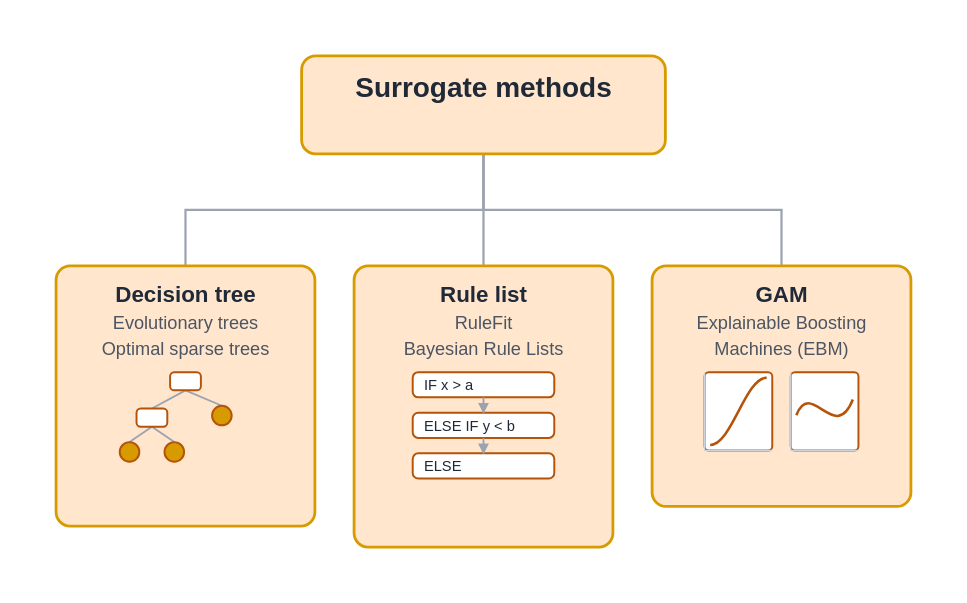
Above: posts/explaining-black-box-predictions/diagrams/taxonomy_surrogates.drawio.svg in DMLF1/blog (draw.io), before the change. Source tidied: cells renumbered, new cells last; positions are measured from the earlier drawing's top-left corner, leaving out a move shared by most shapes.
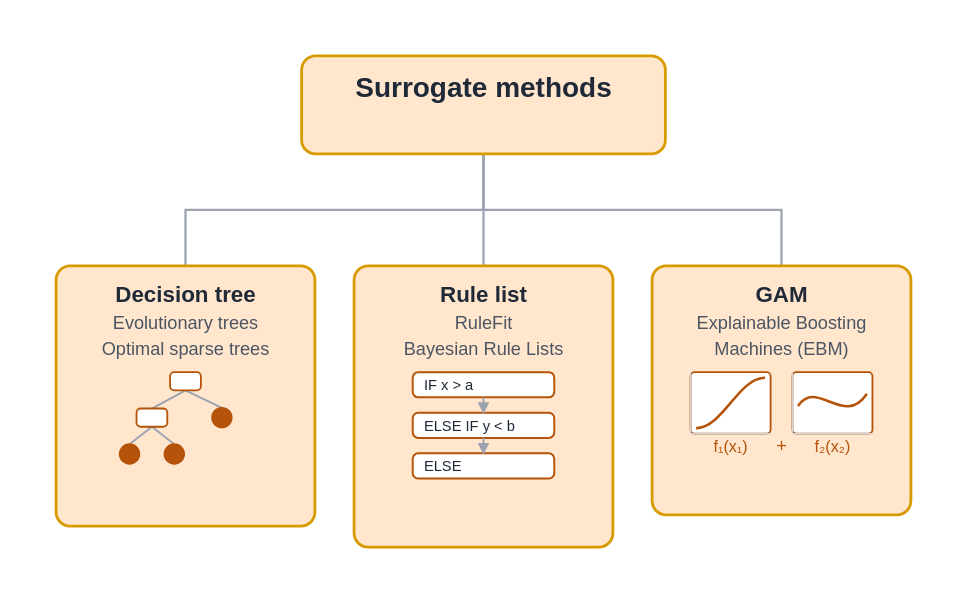
Above is the later version.

The edit, as a diff of the source:
```diff
@@ -8,33 +8,45 @@
     <mxCell id="3" value="&lt;span style=&quot;font-size:16px;color:#1F2937;font-weight:bold;&quot;&gt;Decision tree&lt;/span&gt;&lt;br&gt;&lt;span style=&quot;font-size:13px;color:#4B5563;&quot;&gt;Evolutionary trees&lt;/span&gt;&lt;br&gt;&lt;span style=&quot;font-size:13px;color:#4B5563;&quot;&gt;Optimal sparse trees&lt;/span&gt;" style="rounded=1;whiteSpace=wrap;html=1;fillColor=#FFE6CC;strokeColor=#D79B00;strokeWidth=2;" parent="1" vertex="1">
       <mxGeometry y="150" width="185" height="186" as="geometry" />
     </mxCell>
+    <mxCell id="9" style="edgeStyle=none;html=1;strokeColor=#9CA3AF;strokeWidth=1.4;endArrow=none;" parent="1" edge="1">
+      <mxGeometry relative="1" as="geometry">
+        <mxPoint x="92" y="239" as="sourcePoint" />
+        <mxPoint x="68" y="252" as="targetPoint" />
+      </mxGeometry>
+    </mxCell>
+    <mxCell id="10" style="edgeStyle=none;html=1;strokeColor=#9CA3AF;strokeWidth=1.4;endArrow=none;" parent="1" edge="1">
+      <mxGeometry relative="1" as="geometry">
+        <mxPoint x="92" y="239" as="sourcePoint" />
+        <mxPoint x="118" y="252" as="targetPoint" />
+      </mxGeometry>
+    </mxCell>
+    <mxCell id="11" style="edgeStyle=none;html=1;strokeColor=#9CA3AF;strokeWidth=1.4;endArrow=none;" parent="1" edge="1">
+      <mxGeometry relative="1" as="geometry">
+        <mxPoint x="68" y="265" as="sourcePoint" />
+        <mxPoint x="52" y="278" as="targetPoint" />
+      </mxGeometry>
+    </mxCell>
+    <mxCell id="12" style="edgeStyle=none;html=1;strokeColor=#9CA3AF;strokeWidth=1.4;endArrow=none;" parent="1" edge="1">
+      <mxGeometry relative="1" as="geometry">
+        <mxPoint x="68" y="265" as="sourcePoint" />
+        <mxPoint x="84" y="278" as="targetPoint" />
+      </mxGeometry>
+    </mxCell>
     <mxCell id="4" style="rounded=1;whiteSpace=wrap;html=1;fillColor=#FFFFFF;strokeColor=#B45309;" parent="1" vertex="1">
       <mxGeometry x="82" y="226" width="22" height="13" as="geometry" />
     </mxCell>
     <mxCell id="5" style="rounded=1;whiteSpace=wrap;html=1;fillColor=#FFFFFF;strokeColor=#B45309;" parent="1" vertex="1">
       <mxGeometry x="58" y="252" width="22" height="13" as="geometry" />
     </mxCell>
-    <mxCell id="6" style="ellipse;whiteSpace=wrap;html=1;fillColor=#D79B00;strokeColor=#B45309;" parent="1" vertex="1">
-      <mxGeometry x="112" y="250" width="14" height="14" as="geometry" />
+    <mxCell id="6" style="ellipse;whiteSpace=wrap;html=1;fillColor=#B45309;strokeColor=#B45309;" parent="1" vertex="1">
+      <mxGeometry x="112" y="252" width="14" height="14" as="geometry" />
     </mxCell>
-    <mxCell id="7" style="ellipse;whiteSpace=wrap;html=1;fillColor=#D79B00;strokeColor=#B45309;" parent="1" vertex="1">
-      <mxGeometry x="46" y="276" width="14" height="14" as="geometry" />
+    <mxCell id="7" style="ellipse;whiteSpace=wrap;html=1;fillColor=#B45309;strokeColor=#B45309;" parent="1" vertex="1">
+      <mxGeometry x="46" y="278" width="14" height="14" as="geometry" />
     </mxCell>
-    <mxCell id="8" style="ellipse;whiteSpace=wrap;html=1;fillColor=#D79B00;strokeColor=#B45309;" parent="1" vertex="1">
-      <mxGeometry x="78" y="276" width="14" height="14" as="geometry" />
+    <mxCell id="8" style="ellipse;whiteSpace=wrap;html=1;fillColor=#B45309;strokeColor=#B45309;" parent="1" vertex="1">
+      <mxGeometry x="78" y="278" width="14" height="14" as="geometry" />
     </mxCell>
-    <mxCell id="9" style="edgeStyle=none;html=1;endArrow=none;strokeColor=#9CA3AF;" parent="1" edge="1" source="4" target="5">
-      <mxGeometry relative="1" as="geometry" />
-    </mxCell>
-    <mxCell id="10" style="edgeStyle=none;html=1;endArrow=none;strokeColor=#9CA3AF;" parent="1" edge="1" source="4" target="6">
-      <mxGeometry relative="1" as="geometry" />
-    </mxCell>
-    <mxCell id="11" style="edgeStyle=none;html=1;endArrow=none;strokeColor=#9CA3AF;" parent="1" edge="1" source="5" target="7">
-      <mxGeometry relative="1" as="geometry" />
-    </mxCell>
-    <mxCell id="12" style="edgeStyle=none;html=1;endArrow=none;strokeColor=#9CA3AF;" parent="1" edge="1" source="5" target="8">
-      <mxGeometry relative="1" as="geometry" />
-    </mxCell>
     <mxCell id="13" value="&lt;span style=&quot;font-size:16px;color:#1F2937;font-weight:bold;&quot;&gt;Rule list&lt;/span&gt;&lt;br&gt;&lt;span style=&quot;font-size:13px;color:#4B5563;&quot;&gt;RuleFit&lt;/span&gt;&lt;br&gt;&lt;span style=&quot;font-size:13px;color:#4B5563;&quot;&gt;Bayesian Rule Lists&lt;/span&gt;" style="rounded=1;whiteSpace=wrap;html=1;fillColor=#FFE6CC;strokeColor=#D79B00;strokeWidth=2;" parent="1" vertex="1">
       <mxGeometry x="213" y="150" width="185" height="201" as="geometry" />
     </mxCell>
@@ -44,44 +56,59 @@
     <mxCell id="15" value="ELSE IF  y &lt; b" style="rounded=1;whiteSpace=wrap;html=1;align=left;spacingLeft=6;fontSize=11;fillColor=#FFFFFF;strokeColor=#B45309;" parent="1" vertex="1">
       <mxGeometry x="255" y="255" width="101" height="18" as="geometry" />
     </mxCell>
-    <mxCell id="16" style="edgeStyle=none;html=1;endArrow=block;endSize=5;strokeColor=#9CA3AF;" parent="1" edge="1" source="14" target="15">
-      <mxGeometry relative="1" as="geometry" />
+    <mxCell id="16" style="edgeStyle=none;html=1;strokeColor=#9CA3AF;strokeWidth=1.4;endArrow=block;endSize=5;" parent="1" edge="1">
+      <mxGeometry relative="1" as="geometry">
+        <mxPoint x="306" y="244" as="sourcePoint" />
+        <mxPoint x="306" y="255" as="targetPoint" />
+      </mxGeometry>
     </mxCell>
     <mxCell id="17" value="ELSE" style="rounded=1;whiteSpace=wrap;html=1;align=left;spacingLeft=6;fontSize=11;fillColor=#FFFFFF;strokeColor=#B45309;" parent="1" vertex="1">
       <mxGeometry x="255" y="284" width="101" height="18" as="geometry" />
     </mxCell>
-    <mxCell id="18" style="edgeStyle=none;html=1;endArrow=block;endSize=5;strokeColor=#9CA3AF;" parent="1" edge="1" source="15" target="17">
-      <mxGeometry relative="1" as="geometry" />
+    <mxCell id="18" style="edgeStyle=none;html=1;strokeColor=#9CA3AF;strokeWidth=1.4;endArrow=block;endSize=5;" parent="1" edge="1">
+      <mxGeometry relative="1" as="geometry">
+        <mxPoint x="306" y="273" as="sourcePoint" />
+        <mxPoint x="306" y="284" as="targetPoint" />
+      </mxGeometry>
     </mxCell>
     <mxCell id="19" value="&lt;span style=&quot;font-size:16px;color:#1F2937;font-weight:bold;&quot;&gt;GAM&lt;/span&gt;&lt;br&gt;&lt;span style=&quot;font-size:13px;color:#4B5563;&quot;&gt;Explainable Boosting&lt;/span&gt;&lt;br&gt;&lt;span style=&quot;font-size:13px;color:#4B5563;&quot;&gt;Machines (EBM)&lt;/span&gt;" style="rounded=1;whiteSpace=wrap;html=1;fillColor=#FFE6CC;strokeColor=#D79B00;strokeWidth=2;" parent="1" vertex="1">
-      <mxGeometry x="426" y="150" width="185" height="172" as="geometry" />
+      <mxGeometry x="426" y="150" width="185" height="178" as="geometry" />
     </mxCell>
     <mxCell id="20" style="rounded=1;whiteSpace=wrap;html=1;fillColor=#FFFFFF;strokeColor=#B45309;" parent="1" vertex="1">
-      <mxGeometry x="464" y="226" width="48" height="56" as="geometry" />
+      <mxGeometry x="454" y="226" width="57" height="44" as="geometry" />
     </mxCell>
     <mxCell id="21" style="rounded=1;whiteSpace=wrap;html=1;fillColor=#FFFFFF;strokeColor=#B45309;" parent="1" vertex="1">
-      <mxGeometry x="525" y="226" width="48" height="56" as="geometry" />
+      <mxGeometry x="526" y="226" width="57" height="44" as="geometry" />
     </mxCell>
-    <mxCell id="22" style="edgeStyle=none;html=1;curved=1;endArrow=none;strokeColor=#B45309;strokeWidth=2;" parent="1" edge="1">
+    <mxCell id="22" style="edgeStyle=none;html=1;strokeColor=#B45309;strokeWidth=1.8;curved=1;endArrow=none;" parent="1" edge="1">
       <mxGeometry relative="1" as="geometry">
-        <mxPoint x="468" y="278" as="sourcePoint" />
-        <mxPoint x="508" y="230" as="targetPoint" />
+        <mxPoint x="458" y="266" as="sourcePoint" />
+        <mxPoint x="507" y="230" as="targetPoint" />
         <Array as="points">
-          <mxPoint x="483" y="278" />
-          <mxPoint x="493" y="230" />
+          <mxPoint x="476" y="266" />
+          <mxPoint x="488" y="230" />
         </Array>
       </mxGeometry>
     </mxCell>
-    <mxCell id="23" style="edgeStyle=none;html=1;curved=1;endArrow=none;strokeColor=#B45309;strokeWidth=2;" parent="1" edge="1">
+    <mxCell id="23" style="edgeStyle=none;html=1;strokeColor=#B45309;strokeWidth=1.8;curved=1;endArrow=none;" parent="1" edge="1">
       <mxGeometry relative="1" as="geometry">
-        <mxPoint x="529" y="257" as="sourcePoint" />
-        <mxPoint x="570" y="246" as="targetPoint" />
+        <mxPoint x="530" y="250" as="sourcePoint" />
+        <mxPoint x="580" y="241" as="targetPoint" />
         <Array as="points">
-          <mxPoint x="540" y="230" />
-          <mxPoint x="557" y="278" />
+          <mxPoint x="543" y="230" />
+          <mxPoint x="563" y="266" />
         </Array>
       </mxGeometry>
     </mxCell>
+    <mxCell id="27" value="f₁(x₁)" style="text;html=1;align=center;verticalAlign=middle;fontSize=12;fontColor=#B45309;" parent="1" vertex="1">
+      <mxGeometry x="454" y="272" width="57" height="16" as="geometry" />
+    </mxCell>
+    <mxCell id="28" value="f₂(x₂)" style="text;html=1;align=center;verticalAlign=middle;fontSize=12;fontColor=#B45309;" parent="1" vertex="1">
+      <mxGeometry x="526" y="272" width="57" height="16" as="geometry" />
+    </mxCell>
+    <mxCell id="29" value="+" style="text;html=1;align=center;verticalAlign=middle;fontSize=13;fontColor=#B45309;" parent="1" vertex="1">
+      <mxGeometry x="512" y="272" width="14" height="16" as="geometry" />
+    </mxCell>
     <mxCell id="24" style="edgeStyle=orthogonalEdgeStyle;rounded=0;html=1;strokeColor=#9CA3AF;" parent="1" edge="1" source="2" target="3">
       <mxGeometry relative="1" as="geometry" />
     </mxCell>
```
